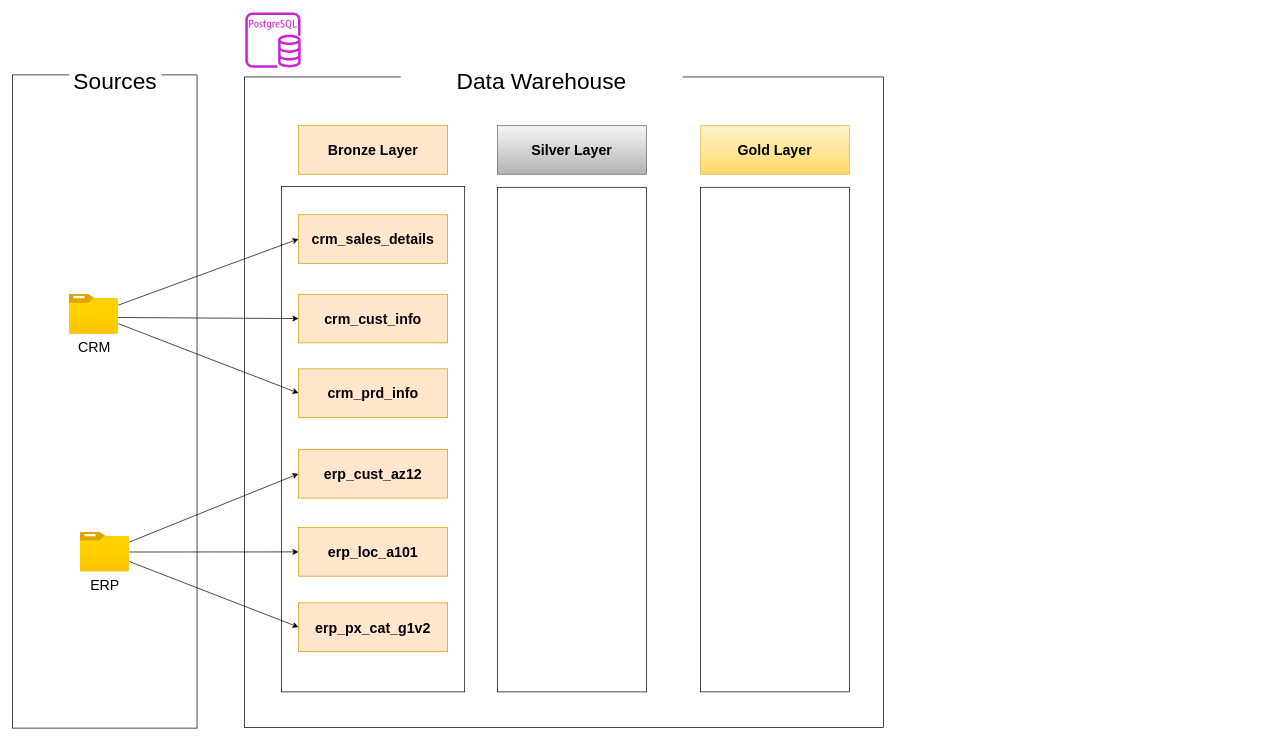
This is documents/Data_Flow_Diagram.drawio from DominicSamoes/data_warehouse, a draw.io file, before an edit. Source tidied: cells renumbered, new cells numbered last; positions are measured from the earlier drawing's top-left corner, leaving out a move shared by most shapes. Both pictures are drawn from the tidied source at 71%, with x=0, y=0 at pixel (12, 12).
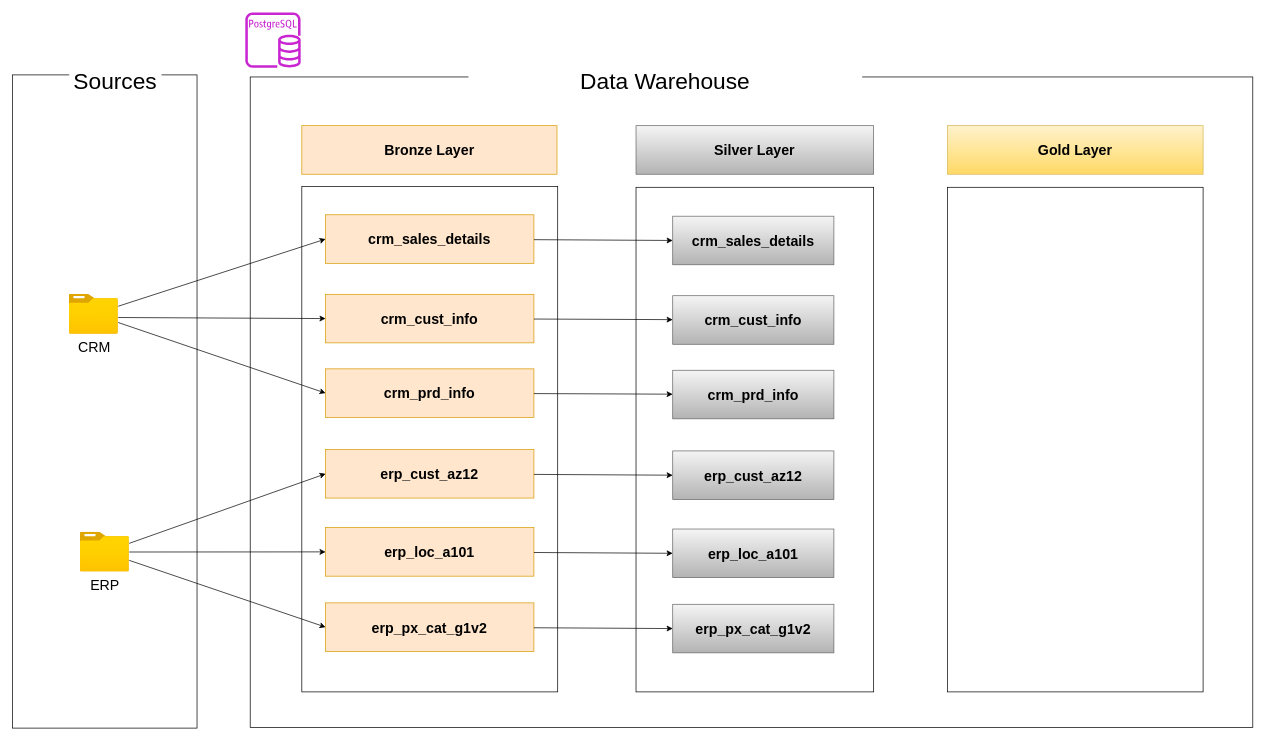
The same diagram, later.

Commit message (it also covers changes not shown here):
Silver Layer Data Movement

Change to the diagram source:
```diff
@@
     <mxCell id="7" style="group;" parent="1" vertex="1">
-      <mxGeometry x="307" y="67" width="1010" height="940" as="geometry" />
+      <mxGeometry x="307" y="67" width="1440" height="940" as="geometry" />
     </mxCell>
     <mxCell id="8" style="rounded=0;whiteSpace=wrap;html=1;" parent="7" vertex="1">
-      <mxGeometry x="20" y="23.9" width="900" height="916.1" as="geometry" />
+      <mxGeometry x="27.9" y="23.9" width="1412.1" height="916.1" as="geometry" />
     </mxCell>
     <mxCell id="9" value="&lt;font style=&quot;font-size: 32px;&quot;&gt;Data Warehouse&lt;/font&gt;" style="rounded=0;whiteSpace=wrap;html=1;strokeColor=none;" parent="7" vertex="1">
-      <mxGeometry x="240" width="396.9" height="59.8" as="geometry" />
+      <mxGeometry x="335.3" width="554.5" height="59.8" as="geometry" />
     </mxCell>
     <mxCell id="10" value="&lt;font style=&quot;font-size: 20px;&quot;&gt;Bronze Layer&lt;/font&gt;" style="rounded=0;whiteSpace=wrap;html=1;fillColor=#ffe6cc;strokeColor=#d79b00;fontStyle=1;" parent="7" vertex="1">
-      <mxGeometry x="96" y="92.5" width="210" height="68.4" as="geometry" />
+      <mxGeometry x="100.6" y="92.5" width="359.4" height="68.4" as="geometry" />
     </mxCell>
     <mxCell id="11" style="rounded=0;whiteSpace=wrap;html=1;" parent="7" vertex="1">
-      <mxGeometry x="72" y="178.3" width="258" height="711.7" as="geometry" />
+      <mxGeometry x="100.6" y="178.3" width="360.4" height="711.7" as="geometry" />
     </mxCell>
     <mxCell id="12" value="&lt;font style=&quot;font-size: 20px;&quot;&gt;Silver Layer&lt;/font&gt;" style="rounded=0;whiteSpace=wrap;html=1;fillColor=#f5f5f5;strokeColor=#666666;gradientColor=#b3b3b3;fontStyle=1;" parent="7" vertex="1">
-      <mxGeometry x="376" y="92.5" width="210" height="68.4" as="geometry" />
+      <mxGeometry x="571.3" y="92.5" width="334.7" height="68.4" as="geometry" />
     </mxCell>
     <mxCell id="13" style="rounded=0;whiteSpace=wrap;html=1;" parent="7" vertex="1">
-      <mxGeometry x="376" y="179.3" width="210" height="710.7" as="geometry" />
+      <mxGeometry x="571.3" y="179.3" width="334.7" height="710.7" as="geometry" />
     </mxCell>
     <mxCell id="14" value="&lt;font style=&quot;font-size: 20px;&quot;&gt;Gold Layer&lt;/font&gt;" style="rounded=0;whiteSpace=wrap;html=1;fillColor=#fff2cc;strokeColor=#d6b656;gradientColor=#ffd966;fontStyle=1;" parent="7" vertex="1">
-      <mxGeometry x="662" y="92.5" width="210" height="68.4" as="geometry" />
+      <mxGeometry x="1009.8" y="92.5" width="360.2" height="68.4" as="geometry" />
     </mxCell>
     <mxCell id="15" style="rounded=0;whiteSpace=wrap;html=1;" parent="7" vertex="1">
-      <mxGeometry x="662" y="179.3" width="210" height="710.7" as="geometry" />
+      <mxGeometry x="1009.8" y="179.3" width="360.2" height="710.7" as="geometry" />
     </mxCell>
     <mxCell id="16" value="&lt;font style=&quot;font-size: 20px;&quot;&gt;crm_sales_details&lt;/font&gt;" style="rounded=0;whiteSpace=wrap;html=1;fillColor=#ffe6cc;strokeColor=#d79b00;fontStyle=1;" parent="7" vertex="1">
-      <mxGeometry x="96" y="218" width="210" height="68.4" as="geometry" />
+      <mxGeometry x="134.1" y="218" width="293.4" height="68.4" as="geometry" />
     </mxCell>
     <mxCell id="17" value="&lt;font style=&quot;font-size: 20px;&quot;&gt;crm_cust_info&lt;/font&gt;" style="rounded=0;whiteSpace=wrap;html=1;fillColor=#ffe6cc;strokeColor=#d79b00;fontStyle=1;" parent="7" vertex="1">
-      <mxGeometry x="96" y="330" width="210" height="68.4" as="geometry" />
+      <mxGeometry x="134.1" y="330" width="293.4" height="68.4" as="geometry" />
     </mxCell>
     <mxCell id="18" value="&lt;font style=&quot;font-size: 20px;&quot;&gt;crm_prd_info&lt;/font&gt;" style="rounded=0;whiteSpace=wrap;html=1;fillColor=#ffe6cc;strokeColor=#d79b00;fontStyle=1;" parent="7" vertex="1">
-      <mxGeometry x="96" y="435" width="210" height="68.4" as="geometry" />
+      <mxGeometry x="134.1" y="435" width="293.4" height="68.4" as="geometry" />
     </mxCell>
     <mxCell id="19" value="&lt;font style=&quot;font-size: 20px;&quot;&gt;erp_cust_az12&lt;/font&gt;" style="rounded=0;whiteSpace=wrap;html=1;fillColor=#ffe6cc;strokeColor=#d79b00;fontStyle=1;" parent="7" vertex="1">
-      <mxGeometry x="96" y="548.6" width="210" height="68.4" as="geometry" />
+      <mxGeometry x="134.1" y="548.6" width="293.4" height="68.4" as="geometry" />
     </mxCell>
     <mxCell id="20" value="&lt;font style=&quot;font-size: 20px;&quot;&gt;erp_loc_a101&lt;/font&gt;" style="rounded=0;whiteSpace=wrap;html=1;fillColor=#ffe6cc;strokeColor=#d79b00;fontStyle=1;" parent="7" vertex="1">
-      <mxGeometry x="96" y="658.6" width="210" height="68.4" as="geometry" />
+      <mxGeometry x="134.1" y="658.6" width="293.4" height="68.4" as="geometry" />
     </mxCell>
     <mxCell id="21" value="&lt;font style=&quot;font-size: 20px;&quot;&gt;erp_px_cat_g1v2&lt;/font&gt;" style="rounded=0;whiteSpace=wrap;html=1;fillColor=#ffe6cc;strokeColor=#d79b00;fontStyle=1;" parent="7" vertex="1">
-      <mxGeometry x="96" y="764.6" width="210" height="68.4" as="geometry" />
+      <mxGeometry x="134.1" y="764.6" width="293.4" height="68.4" as="geometry" />
     </mxCell>
@@
+    <mxCell id="29" value="&lt;font style=&quot;font-size: 20px;&quot;&gt;crm_sales_details&lt;/font&gt;" style="rounded=0;whiteSpace=wrap;html=1;fillColor=#f5f5f5;strokeColor=#666666;fontStyle=1;gradientColor=#b3b3b3;" parent="1" vertex="1">
+      <mxGeometry x="930" y="287" width="227" height="68.4" as="geometry" />
+    </mxCell>
+    <mxCell id="30" value="&lt;font style=&quot;font-size: 20px;&quot;&gt;crm_cust_info&lt;/font&gt;" style="rounded=0;whiteSpace=wrap;html=1;fillColor=#f5f5f5;strokeColor=#666666;fontStyle=1;gradientColor=#b3b3b3;" parent="1" vertex="1">
+      <mxGeometry x="930" y="399" width="227" height="68.4" as="geometry" />
+    </mxCell>
+    <mxCell id="31" value="&lt;font style=&quot;font-size: 20px;&quot;&gt;crm_prd_info&lt;/font&gt;" style="rounded=0;whiteSpace=wrap;html=1;fillColor=#f5f5f5;strokeColor=#666666;fontStyle=1;gradientColor=#b3b3b3;" parent="1" vertex="1">
+      <mxGeometry x="930" y="504" width="227" height="68.4" as="geometry" />
+    </mxCell>
+    <mxCell id="32" value="&lt;font style=&quot;font-size: 20px;&quot;&gt;erp_cust_az12&lt;/font&gt;" style="rounded=0;whiteSpace=wrap;html=1;fillColor=#f5f5f5;strokeColor=#666666;fontStyle=1;gradientColor=#b3b3b3;" parent="1" vertex="1">
+      <mxGeometry x="930" y="617.6" width="227" height="68.4" as="geometry" />
+    </mxCell>
+    <mxCell id="33" value="&lt;font style=&quot;font-size: 20px;&quot;&gt;erp_loc_a101&lt;/font&gt;" style="rounded=0;whiteSpace=wrap;html=1;fillColor=#f5f5f5;strokeColor=#666666;fontStyle=1;gradientColor=#b3b3b3;" parent="1" vertex="1">
+      <mxGeometry x="930" y="727.6" width="227" height="68.4" as="geometry" />
+    </mxCell>
+    <mxCell id="34" value="&lt;font style=&quot;font-size: 20px;&quot;&gt;erp_px_cat_g1v2&lt;/font&gt;" style="rounded=0;whiteSpace=wrap;html=1;fillColor=#f5f5f5;strokeColor=#666666;fontStyle=1;gradientColor=#b3b3b3;" parent="1" vertex="1">
+      <mxGeometry x="930" y="833.6" width="227" height="68.4" as="geometry" />
+    </mxCell>
+    <mxCell id="35" style="edgeStyle=none;html=1;entryX=0;entryY=0.5;entryDx=0;entryDy=0;" parent="1" edge="1" source="16" target="29">
+      <mxGeometry relative="1" as="geometry" />
+    </mxCell>
+    <mxCell id="36" style="edgeStyle=none;html=1;" parent="1" edge="1" source="17" target="30">
+      <mxGeometry relative="1" as="geometry" />
+    </mxCell>
+    <mxCell id="37" style="edgeStyle=none;html=1;" parent="1" edge="1" source="18" target="31">
+      <mxGeometry relative="1" as="geometry" />
+    </mxCell>
+    <mxCell id="38" style="edgeStyle=none;html=1;entryX=0;entryY=0.5;entryDx=0;entryDy=0;" parent="1" edge="1" source="19" target="32">
+      <mxGeometry relative="1" as="geometry" />
+    </mxCell>
+    <mxCell id="39" style="edgeStyle=none;html=1;entryX=0;entryY=0.5;entryDx=0;entryDy=0;" parent="1" edge="1" source="20" target="33">
+      <mxGeometry relative="1" as="geometry" />
+    </mxCell>
+    <mxCell id="40" style="edgeStyle=none;html=1;entryX=0;entryY=0.5;entryDx=0;entryDy=0;" parent="1" edge="1" source="21" target="34">
+      <mxGeometry relative="1" as="geometry" />
+    </mxCell>
```
